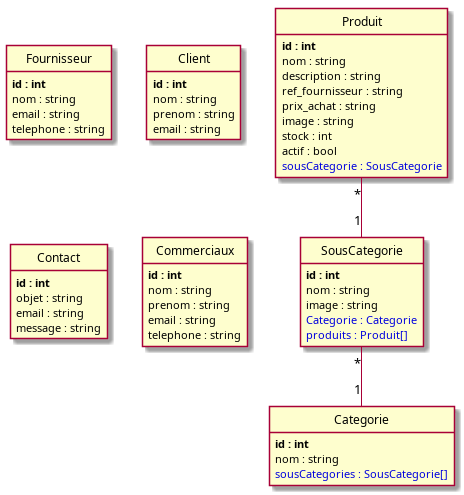
The PlantUML diagram puml/index.png in Alice2568/VillageGreen, before a commit. Its source is kept beside it as puml/index.puml.
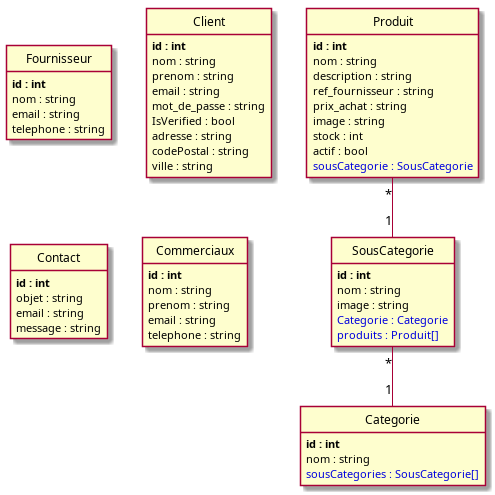
Later version of the same file.

Diff of the diagram source:
```diff
@@ -11,6 +11,11 @@
 	nom : string
 	prenom : string
 	email : string
+	mot_de_passe : string
+	IsVerified : bool
+	adresse : string
+	codePostal : string
+	ville : string
 }
 
 class Produit {
```
